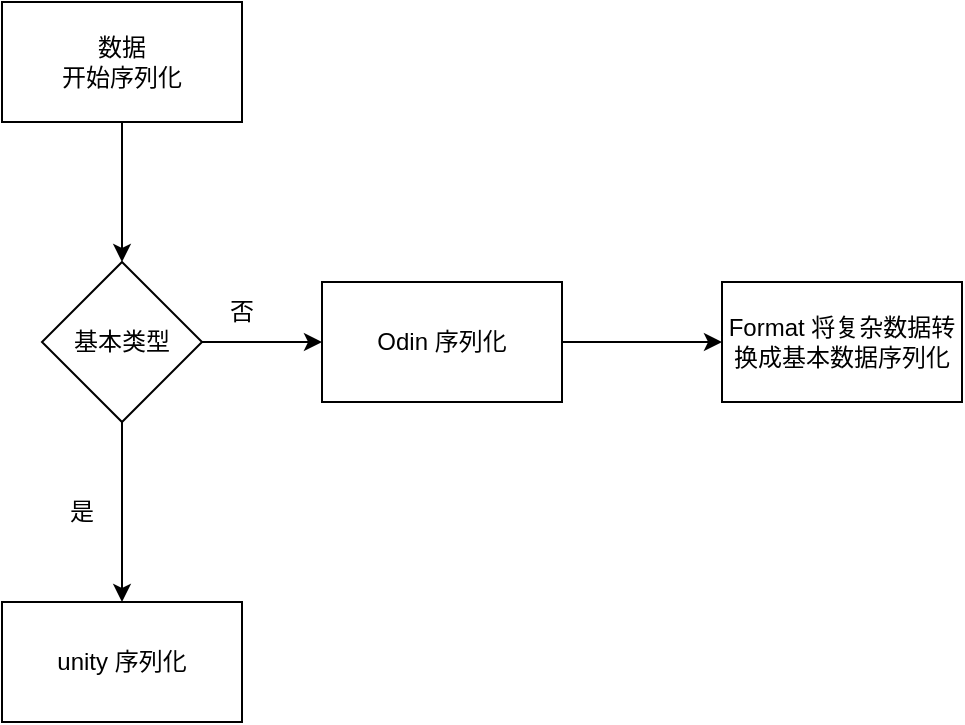
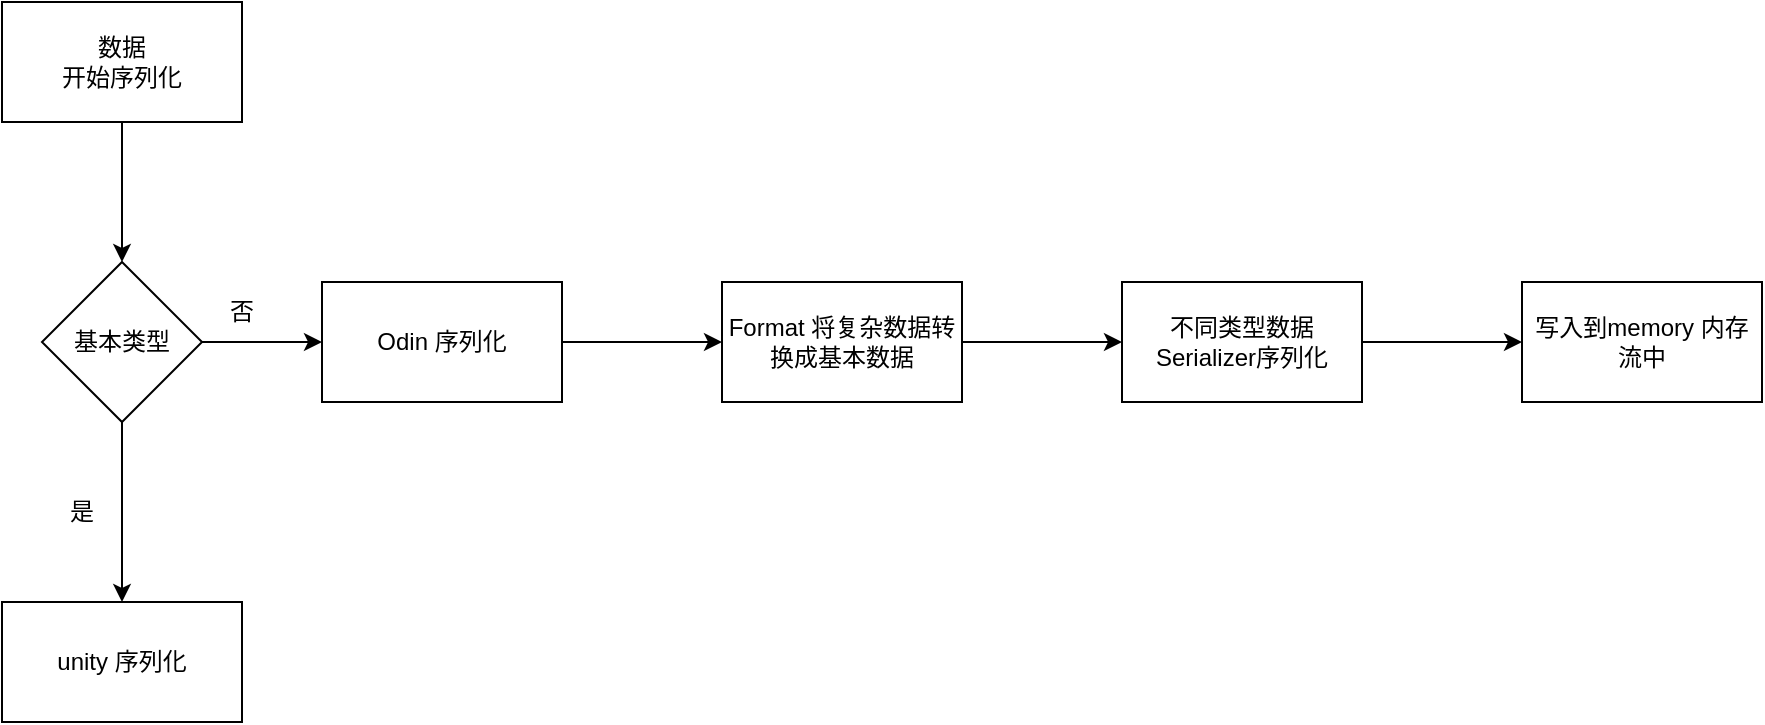
<mxfile host="app.diagrams.net">
  <diagram name="第 1 页" id="GyYOVt_SkZdBV_nEhSAR">
-     <mxGraphModel dx="1366" dy="786" grid="1" gridSize="10" guides="1" tooltips="1" connect="1" arrows="1" fold="1" page="1" pageScale="1" pageWidth="827" pageHeight="1169" math="0" shadow="0">
+     <mxGraphModel dx="2006" dy="1146" grid="1" gridSize="10" guides="1" tooltips="1" connect="1" arrows="1" fold="1" page="1" pageScale="1" pageWidth="827" pageHeight="1169" math="0" shadow="0">
      <root>
        <mxCell id="0" />
        <mxCell id="1" parent="0" />
        <mxCell id="ziG2CVQ4gKJFOnd48apl-4" edge="1" parent="1" source="SWLyX1l_973hSfo5V_0E-1" style="edgeStyle=orthogonalEdgeStyle;rounded=0;orthogonalLoop=1;jettySize=auto;html=1;" target="ziG2CVQ4gKJFOnd48apl-3" value="">
          <mxGeometry relative="1" as="geometry" />
        </mxCell>
        <mxCell id="SWLyX1l_973hSfo5V_0E-1" parent="1" style="rounded=0;whiteSpace=wrap;html=1;" value="数据&lt;div&gt;开始序列化&lt;/div&gt;" vertex="1">
          <mxGeometry height="60" width="120" x="360" y="320" as="geometry" />
        </mxCell>
        <mxCell id="ziG2CVQ4gKJFOnd48apl-6" edge="1" parent="1" source="ziG2CVQ4gKJFOnd48apl-3" style="edgeStyle=orthogonalEdgeStyle;rounded=0;orthogonalLoop=1;jettySize=auto;html=1;" target="ziG2CVQ4gKJFOnd48apl-5" value="">
          <mxGeometry relative="1" as="geometry" />
        </mxCell>
        <mxCell id="ziG2CVQ4gKJFOnd48apl-10" edge="1" parent="1" source="ziG2CVQ4gKJFOnd48apl-3" style="edgeStyle=orthogonalEdgeStyle;rounded=0;orthogonalLoop=1;jettySize=auto;html=1;" target="ziG2CVQ4gKJFOnd48apl-9" value="">
          <mxGeometry relative="1" as="geometry" />
        </mxCell>
        <mxCell id="ziG2CVQ4gKJFOnd48apl-3" parent="1" style="rhombus;whiteSpace=wrap;html=1;rounded=0;" value="基本类型" vertex="1">
          <mxGeometry height="80" width="80" x="380" y="450" as="geometry" />
        </mxCell>
        <mxCell id="ziG2CVQ4gKJFOnd48apl-5" parent="1" style="whiteSpace=wrap;html=1;rounded=0;" value="unity 序列化" vertex="1">
          <mxGeometry height="60" width="120" x="360" y="620" as="geometry" />
        </mxCell>
        <mxCell id="ziG2CVQ4gKJFOnd48apl-14" edge="1" parent="1" source="ziG2CVQ4gKJFOnd48apl-9" style="edgeStyle=orthogonalEdgeStyle;rounded=0;orthogonalLoop=1;jettySize=auto;html=1;" target="ziG2CVQ4gKJFOnd48apl-13" value="">
          <mxGeometry relative="1" as="geometry" />
        </mxCell>
        <mxCell id="ziG2CVQ4gKJFOnd48apl-9" parent="1" style="whiteSpace=wrap;html=1;rounded=0;" value="Odin 序列化" vertex="1">
          <mxGeometry height="60" width="120" x="520" y="460" as="geometry" />
        </mxCell>
        <mxCell id="ziG2CVQ4gKJFOnd48apl-11" parent="1" style="text;html=1;whiteSpace=wrap;strokeColor=none;fillColor=none;align=center;verticalAlign=middle;rounded=0;" value="否" vertex="1">
          <mxGeometry height="30" width="60" x="450" y="460" as="geometry" />
        </mxCell>
        <mxCell id="ziG2CVQ4gKJFOnd48apl-12" parent="1" style="text;html=1;whiteSpace=wrap;strokeColor=none;fillColor=none;align=center;verticalAlign=middle;rounded=0;" value="是" vertex="1">
          <mxGeometry height="30" width="60" x="370" y="560" as="geometry" />
        </mxCell>
-         <mxCell id="ziG2CVQ4gKJFOnd48apl-13" parent="1" style="whiteSpace=wrap;html=1;rounded=0;" value="Format 将复杂数据转换成基本数据序列化" vertex="1">
+         <mxCell id="R9upVv4GILzJ5Ql0Ez1O-2" edge="1" parent="1" source="ziG2CVQ4gKJFOnd48apl-13" style="edgeStyle=orthogonalEdgeStyle;rounded=0;orthogonalLoop=1;jettySize=auto;html=1;" target="R9upVv4GILzJ5Ql0Ez1O-1" value="">
+           <mxGeometry relative="1" as="geometry" />
+         </mxCell>
+         <mxCell id="ziG2CVQ4gKJFOnd48apl-13" parent="1" style="whiteSpace=wrap;html=1;rounded=0;" value="Format 将复杂数据转换成基本数据" vertex="1">
          <mxGeometry height="60" width="120" x="720" y="460" as="geometry" />
+         </mxCell>
+         <mxCell id="R9upVv4GILzJ5Ql0Ez1O-4" edge="1" parent="1" source="R9upVv4GILzJ5Ql0Ez1O-1" style="edgeStyle=orthogonalEdgeStyle;rounded=0;orthogonalLoop=1;jettySize=auto;html=1;" target="R9upVv4GILzJ5Ql0Ez1O-3" value="">
+           <mxGeometry relative="1" as="geometry" />
+         </mxCell>
+         <mxCell id="R9upVv4GILzJ5Ql0Ez1O-1" parent="1" style="whiteSpace=wrap;html=1;rounded=0;" value="不同类型数据Serializer序列化" vertex="1">
+           <mxGeometry height="60" width="120" x="920" y="460" as="geometry" />
+         </mxCell>
+         <mxCell id="R9upVv4GILzJ5Ql0Ez1O-3" parent="1" style="whiteSpace=wrap;html=1;rounded=0;" value="写入到memory 内存流中" vertex="1">
+           <mxGeometry height="60" width="120" x="1120" y="460" as="geometry" />
        </mxCell>
      </root>
    </mxGraphModel>
  </diagram>
</mxfile>
